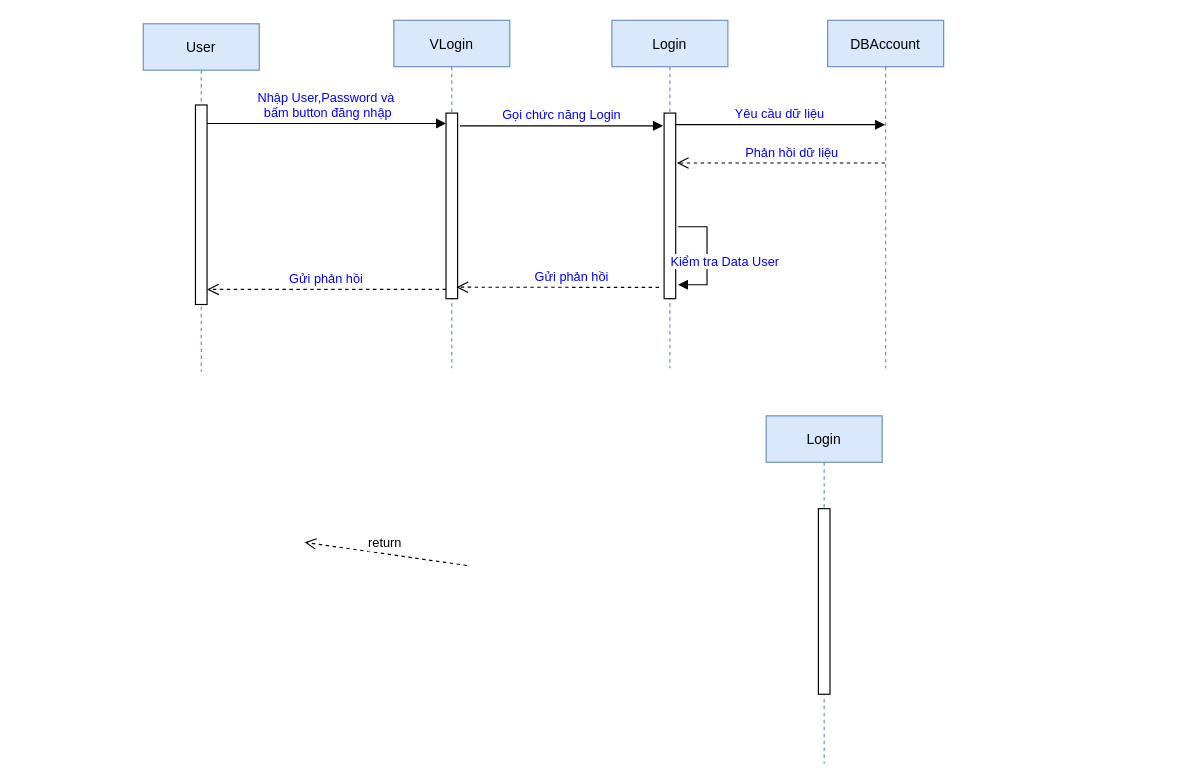
philong97/diagram keeps this draw.io diagram as page "Page-1" (1 of 2) of Untitled Diagram.drawio. Above is the earlier version. Source tidied: cells renumbered, new cells numbered last; positions are measured from the earlier drawing's top-left corner, leaving out a move shared by most shapes. Both pictures are drawn from the tidied source at 116%, with x=0, y=0 at pixel (143, 20).
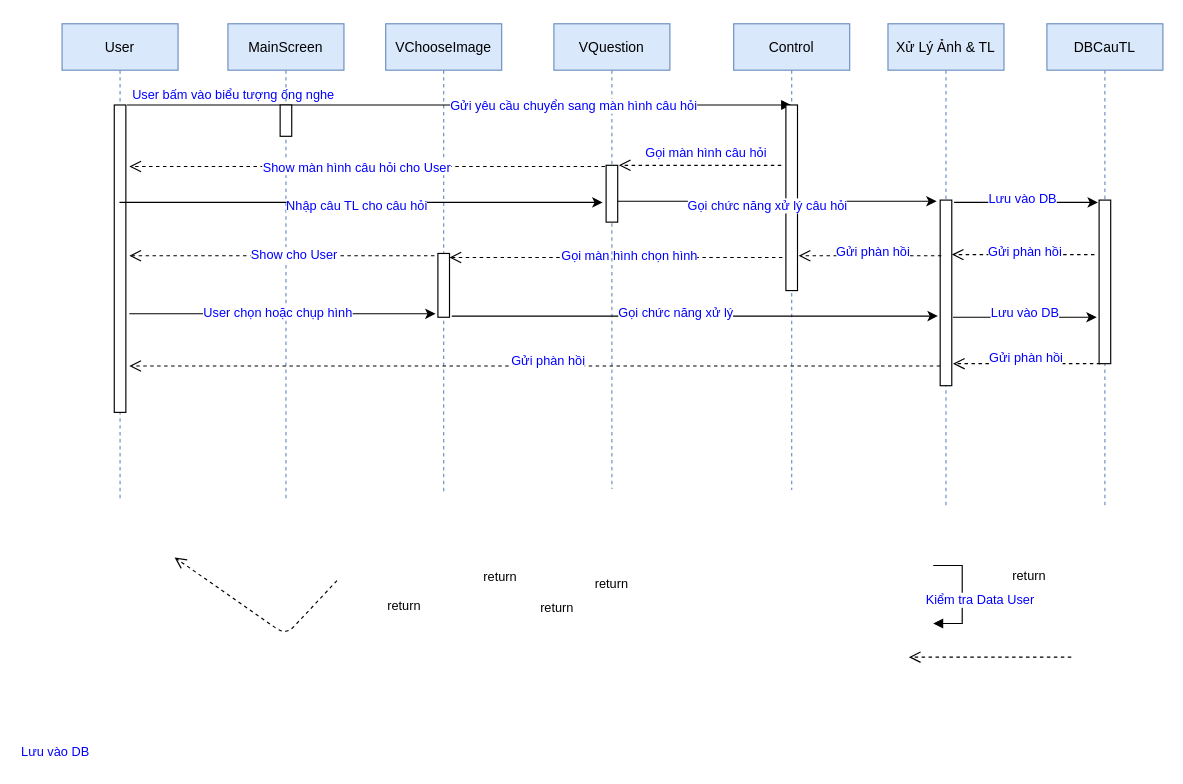
The same page after the edit.

Diff of the diagram source:
```diff
@@
     <mxCell id="2" value="User" style="shape=umlLifeline;perimeter=lifelinePerimeter;rounded=0;shadow=0;strokeWidth=1;fillColor=#dae8fc;strokeColor=#6c8ebf;" parent="1" vertex="1">
-      <mxGeometry y="3" width="100" height="300" as="geometry" />
+      <mxGeometry x="-70" y="3" width="100" height="409" as="geometry" />
     </mxCell>
     <mxCell id="3" style="points=[];perimeter=orthogonalPerimeter;rounded=0;shadow=0;strokeWidth=1;fontColor=#0000FF;" parent="2" vertex="1">
-      <mxGeometry x="45" y="70" width="10" height="172" as="geometry" />
+      <mxGeometry x="45" y="70" width="10" height="265" as="geometry" />
     </mxCell>
-    <mxCell id="4" value="VLogin" style="shape=umlLifeline;perimeter=lifelinePerimeter;rounded=0;shadow=0;strokeWidth=1;fillColor=#dae8fc;strokeColor=#6c8ebf;" parent="1" vertex="1">
-      <mxGeometry x="216" width="100" height="300" as="geometry" />
+    <mxCell id="4" value="VChooseImage" style="shape=umlLifeline;perimeter=lifelinePerimeter;rounded=0;shadow=0;strokeWidth=1;fillColor=#dae8fc;strokeColor=#6c8ebf;" parent="1" vertex="1">
+      <mxGeometry x="209" y="3" width="100" height="404" as="geometry" />
     </mxCell>
     <mxCell id="5" style="points=[];perimeter=orthogonalPerimeter;rounded=0;shadow=0;strokeWidth=1;fontColor=#0000FF;" parent="4" vertex="1">
-      <mxGeometry x="45" y="80" width="10" height="160" as="geometry" />
+      <mxGeometry x="45" y="198" width="10" height="55" as="geometry" />
     </mxCell>
-    <mxCell id="6" value="Gửi phản hồi" style="verticalAlign=bottom;endArrow=open;dashed=1;endSize=8;shadow=0;strokeWidth=1;fontColor=#0000FF;" parent="1" edge="1" target="3">
-      <mxGeometry relative="1" as="geometry">
-        <mxPoint x="261" y="232" as="sourcePoint" />
-        <Array as="points">
-          <mxPoint x="150" y="232" />
-        </Array>
-      </mxGeometry>
-    </mxCell>
-    <mxCell id="7" value="Nhập User,Password và&#10; bấm button đăng nhập" style="verticalAlign=bottom;endArrow=block;entryX=0;entryY=0.056;shadow=0;strokeWidth=1;fontColor=#0000FF;entryDx=0;entryDy=0;entryPerimeter=0;" parent="1" edge="1" source="3" target="5">
-      <mxGeometry relative="1" as="geometry">
-        <Array as="points">
-          <mxPoint x="165" y="89" />
-          <mxPoint x="248" y="89" />
-        </Array>
-      </mxGeometry>
-    </mxCell>
-    <mxCell id="8" value="return" style="verticalAlign=bottom;endArrow=open;dashed=1;endSize=8;shadow=0;strokeWidth=1;" parent="1" edge="1">
-      <mxGeometry relative="1" as="geometry">
-        <mxPoint x="279" y="470" as="sourcePoint" />
-        <mxPoint x="139" y="450" as="targetPoint" />
+    <mxCell id="8" style="verticalAlign=bottom;endArrow=open;dashed=1;endSize=8;shadow=0;strokeWidth=1;" parent="1" edge="1">
+      <mxGeometry x="-0.48" y="-69" relative="1" as="geometry">
+        <mxPoint x="551" y="204.5" as="sourcePoint" />
+        <mxPoint x="264" y="204.5" as="targetPoint" />
       </mxGeometry>
     </mxCell>
+    <mxCell id="19" value="Gọi màn hình chọn hình" style="edgeLabel;html=1;align=center;verticalAlign=middle;fontColor=#0000FF;" parent="8" vertex="1">
+      <mxGeometry x="-0.07" y="-2" relative="1" as="geometry" />
+    </mxCell>
-    <mxCell id="9" value="Login" style="shape=umlLifeline;perimeter=lifelinePerimeter;rounded=0;shadow=0;strokeWidth=1;fillColor=#dae8fc;strokeColor=#6c8ebf;" parent="1" vertex="1">
-      <mxGeometry x="404" width="100" height="300" as="geometry" />
+    <mxCell id="9" value="VQuestion" style="shape=umlLifeline;perimeter=lifelinePerimeter;rounded=0;shadow=0;strokeWidth=1;fillColor=#dae8fc;strokeColor=#6c8ebf;" parent="1" vertex="1">
+      <mxGeometry x="354" y="3" width="100" height="401" as="geometry" />
     </mxCell>
     <mxCell id="10" style="points=[];perimeter=orthogonalPerimeter;rounded=0;shadow=0;strokeWidth=1;fontColor=#0000FF;" parent="9" vertex="1">
-      <mxGeometry x="45" y="80" width="10" height="160" as="geometry" />
+      <mxGeometry x="45" y="122" width="10" height="49" as="geometry" />
     </mxCell>
-    <mxCell id="11" value="DBAccount" style="shape=umlLifeline;perimeter=lifelinePerimeter;rounded=0;shadow=0;strokeWidth=1;fillColor=#dae8fc;strokeColor=#6c8ebf;" parent="1" vertex="1">
-      <mxGeometry x="590" width="100" height="300" as="geometry" />
+    <mxCell id="11" value="DBCauTL" style="shape=umlLifeline;perimeter=lifelinePerimeter;rounded=0;shadow=0;strokeWidth=1;fillColor=#dae8fc;strokeColor=#6c8ebf;" parent="1" vertex="1">
+      <mxGeometry x="779" y="3" width="100" height="418" as="geometry" />
     </mxCell>
-    <mxCell id="12" value="Yêu cầu dữ liệu" style="verticalAlign=bottom;endArrow=block;shadow=0;strokeWidth=1;fontColor=#0000FF;" parent="1" edge="1" target="11">
-      <mxGeometry relative="1" as="geometry">
-        <mxPoint x="459" y="90" as="sourcePoint" />
-      </mxGeometry>
-    </mxCell>
+    <mxCell id="20" style="perimeter=orthogonalPerimeter;rounded=0;shadow=0;strokeWidth=1;fontColor=#0000FF;" parent="11" vertex="1">
+      <mxGeometry x="45" y="152" width="10" height="141" as="geometry" />
+    </mxCell>
     <mxCell id="13" value="Kiểm tra Data User" style="edgeStyle=orthogonalEdgeStyle;html=1;align=left;spacingLeft=2;endArrow=block;rounded=0;fontColor=#0000FF;" parent="1" edge="1">
       <mxGeometry x="1" y="-22" relative="1" as="geometry">
-        <mxPoint x="461" y="178" as="sourcePoint" />
-        <mxPoint x="461" y="228" as="targetPoint" />
+        <mxPoint x="681" y="470" as="sourcePoint" />
+        <mxPoint x="681" y="520" as="targetPoint" />
         <Array as="points">
-          <mxPoint x="486" y="178" />
-          <mxPoint x="486" y="228" />
+          <mxPoint x="706" y="470" />
+          <mxPoint x="706" y="520" />
         </Array>
         <mxPoint x="-10" y="2" as="offset" />
       </mxGeometry>
     </mxCell>
-    <mxCell id="14" value="Gửi phản hồi" style="verticalAlign=bottom;endArrow=open;dashed=1;endSize=8;exitX=-0.433;exitY=0.939;shadow=0;strokeWidth=1;fontColor=#0000FF;exitDx=0;exitDy=0;exitPerimeter=0;entryX=0.9;entryY=0.938;entryDx=0;entryDy=0;entryPerimeter=0;" parent="1" edge="1" source="10" target="5">
-      <mxGeometry x="-0.14" relative="1" as="geometry" />
-    </mxCell>
-    <mxCell id="15" value="Phản hồi dữ liệu" style="verticalAlign=bottom;endArrow=open;dashed=1;endSize=8;shadow=0;strokeWidth=1;fontColor=#0000FF;" parent="1" edge="1" source="11">
-      <mxGeometry x="-0.11" relative="1" as="geometry">
-        <mxPoint x="460" y="123" as="targetPoint" />
-      </mxGeometry>
-    </mxCell>
-    <mxCell id="16" value="Gọi chức năng Login" style="verticalAlign=bottom;endArrow=block;shadow=0;strokeWidth=1;fontColor=#0000FF;" parent="1" edge="1">
-      <mxGeometry relative="1" as="geometry">
-        <mxPoint x="273" y="91" as="sourcePoint" />
-        <mxPoint x="448" y="91" as="targetPoint" />
+    <mxCell id="16" value="User bấm vào biểu tượng ống nghe" style="verticalAlign=bottom;endArrow=block;shadow=0;strokeWidth=1;fontColor=#0000FF;" parent="1" edge="1" target="17">
+      <mxGeometry x="-0.68" relative="1" as="geometry">
+        <mxPoint x="-14" y="73" as="sourcePoint" />
         <Array as="points">
-          <mxPoint x="332" y="91" />
+          <mxPoint x="45" y="73" />
         </Array>
       </mxGeometry>
     </mxCell>
+    <mxCell id="21" value="Gửi yêu cầu chuyển sang màn hình câu hỏi" style="edgeLabel;html=1;align=center;verticalAlign=middle;fontColor=#0000FF;" parent="16" vertex="1">
+      <mxGeometry x="0.34" relative="1" as="geometry" />
+    </mxCell>
-    <mxCell id="17" value="Login" style="shape=umlLifeline;perimeter=lifelinePerimeter;rounded=0;shadow=0;strokeWidth=1;fillColor=#dae8fc;strokeColor=#6c8ebf;" parent="1" vertex="1">
-      <mxGeometry x="537" y="341" width="100" height="300" as="geometry" />
+    <mxCell id="17" value="Control" style="shape=umlLifeline;perimeter=lifelinePerimeter;rounded=0;shadow=0;strokeWidth=1;fillColor=#dae8fc;strokeColor=#6c8ebf;" parent="1" vertex="1">
+      <mxGeometry x="509" y="3" width="100" height="402" as="geometry" />
     </mxCell>
     <mxCell id="18" style="perimeter=orthogonalPerimeter;rounded=0;shadow=0;strokeWidth=1;fontColor=#0000FF;" parent="17" vertex="1">
-      <mxGeometry x="45" y="80" width="10" height="160" as="geometry" />
+      <mxGeometry x="45" y="70" width="10" height="160" as="geometry" />
     </mxCell>
+    <mxCell id="22" value="MainScreen" style="shape=umlLifeline;perimeter=lifelinePerimeter;rounded=0;shadow=0;strokeWidth=1;fillColor=#dae8fc;strokeColor=#6c8ebf;" parent="1" vertex="1">
+      <mxGeometry x="73" y="3" width="100" height="409" as="geometry" />
+    </mxCell>
+    <mxCell id="23" style="perimeter=orthogonalPerimeter;rounded=0;shadow=0;strokeWidth=1;fontColor=#0000FF;" parent="22" vertex="1">
+      <mxGeometry x="45" y="70" width="10" height="27" as="geometry" />
+    </mxCell>
+    <mxCell id="24" value="Xử Lý Ảnh &amp; TL" style="shape=umlLifeline;perimeter=lifelinePerimeter;rounded=0;shadow=0;strokeWidth=1;fillColor=#dae8fc;strokeColor=#6c8ebf;" parent="1" vertex="1">
+      <mxGeometry x="642" y="3" width="100" height="416" as="geometry" />
+    </mxCell>
+    <mxCell id="25" style="perimeter=orthogonalPerimeter;rounded=0;shadow=0;strokeWidth=1;fontColor=#0000FF;" parent="24" vertex="1">
+      <mxGeometry x="45" y="152" width="10" height="160" as="geometry" />
+    </mxCell>
+    <mxCell id="26" value="return" style="verticalAlign=bottom;endArrow=open;dashed=1;endSize=8;shadow=0;strokeWidth=1;" parent="1" edge="1">
+      <mxGeometry x="-1" y="66" relative="1" as="geometry">
+        <mxPoint x="167" y="483" as="sourcePoint" />
+        <mxPoint x="27" y="463" as="targetPoint" />
+        <Array as="points">
+          <mxPoint x="123" y="530" />
+        </Array>
+        <mxPoint x="10" y="-14" as="offset" />
+      </mxGeometry>
+    </mxCell>
+    <mxCell id="27" value="return" style="verticalAlign=bottom;endArrow=open;dashed=1;endSize=8;shadow=0;strokeWidth=1;" parent="1" edge="1">
+      <mxGeometry x="1" y="370" relative="1" as="geometry">
+        <mxPoint x="550" y="125" as="sourcePoint" />
+        <mxPoint x="410" y="125" as="targetPoint" />
+        <mxPoint x="-6" as="offset" />
+      </mxGeometry>
+    </mxCell>
+    <mxCell id="28" value="Gọi màn hình câu hỏi" style="edgeLabel;html=1;align=center;verticalAlign=middle;fontColor=#0000FF;" parent="27" vertex="1">
+      <mxGeometry x="0.15" y="3" relative="1" as="geometry">
+        <mxPoint x="15" y="-15" as="offset" />
+      </mxGeometry>
+    </mxCell>
+    <mxCell id="29" value="return" style="verticalAlign=bottom;endArrow=open;dashed=1;endSize=8;shadow=0;strokeWidth=1;" parent="1" edge="1">
+      <mxGeometry x="-0.8" y="390" relative="1" as="geometry">
+        <mxPoint x="398" y="126" as="sourcePoint" />
+        <mxPoint x="-12" y="126" as="targetPoint" />
+      </mxGeometry>
+    </mxCell>
+    <mxCell id="30" value="Show màn hình câu hỏi cho User" style="edgeLabel;html=1;align=center;verticalAlign=middle;fontColor=#0000FF;" parent="29" vertex="1">
+      <mxGeometry x="0.05" relative="1" as="geometry" />
+    </mxCell>
+    <mxCell id="31" style="endArrow=classic;html=1;fontColor=#0000FF;" parent="1" edge="1" source="2">
+      <mxGeometry relative="1" as="geometry">
+        <mxPoint x="396" y="157" as="targetPoint" />
+        <Array as="points">
+          <mxPoint x="252" y="157" />
+        </Array>
+      </mxGeometry>
+    </mxCell>
+    <mxCell id="32" value="Nhập câu TL cho câu hỏi" style="edgeLabel;html=1;align=center;verticalAlign=middle;fontColor=#0000FF;" parent="31" vertex="1">
+      <mxGeometry x="-0.02" y="-2" relative="1" as="geometry" />
+    </mxCell>
+    <mxCell id="33" style="endArrow=classic;html=1;fontColor=#0000FF;" parent="1" edge="1">
+      <mxGeometry relative="1" as="geometry">
+        <mxPoint x="409" y="156" as="sourcePoint" />
+        <mxPoint x="684" y="156" as="targetPoint" />
+        <Array as="points">
+          <mxPoint x="477" y="156" />
+        </Array>
+      </mxGeometry>
+    </mxCell>
+    <mxCell id="34" value="Gọi chức năng xử lý câu hỏi" style="edgeLabel;html=1;align=center;verticalAlign=middle;fontColor=#0000FF;" parent="33" vertex="1">
+      <mxGeometry x="-0.07" y="-3" relative="1" as="geometry" />
+    </mxCell>
+    <mxCell id="35" style="endArrow=classic;html=1;fontColor=#0000FF;" parent="1" edge="1">
+      <mxGeometry relative="1" as="geometry">
+        <mxPoint x="699" y="157" as="sourcePoint" />
+        <mxPoint x="823" y="157" as="targetPoint" />
+        <Array as="points">
+          <mxPoint x="741" y="157" />
+        </Array>
+      </mxGeometry>
+    </mxCell>
+    <mxCell id="36" value="Lưu vào DB" style="edgeLabel;html=1;align=center;verticalAlign=middle;fontColor=#0000FF;" parent="35" vertex="1">
+      <mxGeometry x="-0.08" y="-2" relative="1" as="geometry">
+        <mxPoint x="1" y="-6" as="offset" />
+      </mxGeometry>
+    </mxCell>
+    <mxCell id="37" style="verticalAlign=bottom;endArrow=open;dashed=1;endSize=8;shadow=0;strokeWidth=1;" parent="1" edge="1">
+      <mxGeometry x="-0.48" y="-61" relative="1" as="geometry">
+        <mxPoint x="820" y="202" as="sourcePoint" />
+        <mxPoint x="697" y="202" as="targetPoint" />
+      </mxGeometry>
+    </mxCell>
+    <mxCell id="38" value="Gửi phàn hồi" style="edgeLabel;html=1;align=center;verticalAlign=middle;fontColor=#0000FF;" parent="37" vertex="1">
+      <mxGeometry x="-0.14" y="-1" relative="1" as="geometry">
+        <mxPoint x="-8" y="-2" as="offset" />
+      </mxGeometry>
+    </mxCell>
+    <mxCell id="39" style="verticalAlign=bottom;endArrow=open;dashed=1;endSize=8;shadow=0;strokeWidth=1;" parent="1" edge="1">
+      <mxGeometry x="-0.48" y="-61" relative="1" as="geometry">
+        <mxPoint x="688" y="203" as="sourcePoint" />
+        <mxPoint x="565" y="203" as="targetPoint" />
+        <Array as="points">
+          <mxPoint x="611" y="203" />
+        </Array>
+      </mxGeometry>
+    </mxCell>
+    <mxCell id="40" value="Gửi phàn hồi" style="edgeLabel;html=1;align=center;verticalAlign=middle;fontColor=#0000FF;" parent="39" vertex="1">
+      <mxGeometry x="-0.14" y="-1" relative="1" as="geometry">
+        <mxPoint x="-7" y="-2.5" as="offset" />
+      </mxGeometry>
+    </mxCell>
+    <mxCell id="41" value="return" style="verticalAlign=bottom;endArrow=open;dashed=1;endSize=8;shadow=0;strokeWidth=1;" parent="1" edge="1">
+      <mxGeometry x="-1" y="292" relative="1" as="geometry">
+        <mxPoint x="251" y="203" as="sourcePoint" />
+        <mxPoint x="-12" y="203" as="targetPoint" />
+        <mxPoint x="57" y="-6" as="offset" />
+      </mxGeometry>
+    </mxCell>
+    <mxCell id="42" value="Show cho User" style="edgeLabel;html=1;align=center;verticalAlign=middle;fontColor=#0000FF;" parent="41" vertex="1">
+      <mxGeometry x="-0.13" y="3" relative="1" as="geometry">
+        <mxPoint x="-8" y="-5" as="offset" />
+      </mxGeometry>
+    </mxCell>
+    <mxCell id="43" value="return" style="verticalAlign=bottom;endArrow=open;dashed=1;endSize=8;shadow=0;strokeWidth=1;" parent="1" edge="1">
+      <mxGeometry x="-0.48" y="-61" relative="1" as="geometry">
+        <mxPoint x="800" y="549" as="sourcePoint" />
+        <mxPoint x="660" y="549" as="targetPoint" />
+      </mxGeometry>
+    </mxCell>
+    <mxCell id="44" style="endArrow=classic;html=1;fontColor=#0000FF;" parent="1" edge="1">
+      <mxGeometry relative="1" as="geometry">
+        <mxPoint x="-12" y="253" as="sourcePoint" />
+        <mxPoint x="252" y="253" as="targetPoint" />
+        <Array as="points">
+          <mxPoint x="19" y="253" />
+          <mxPoint x="77" y="253" />
+          <mxPoint x="179" y="253" />
+        </Array>
+      </mxGeometry>
+    </mxCell>
+    <mxCell id="45" value="Lưu vào DB" style="edgeLabel;html=1;align=center;verticalAlign=middle;fontColor=#0000FF;" parent="44" vertex="1">
+      <mxGeometry x="-0.08" y="-2" relative="1" as="geometry">
+        <mxPoint x="-186" y="375" as="offset" />
+      </mxGeometry>
+    </mxCell>
+    <mxCell id="46" value="User chọn hoặc chụp hình" style="edgeLabel;html=1;align=center;verticalAlign=middle;fontColor=#0000FF;" parent="44" vertex="1">
+      <mxGeometry x="-0.04" y="2" relative="1" as="geometry" />
+    </mxCell>
+    <mxCell id="47" style="endArrow=classic;html=1;fontColor=#0000FF;" parent="1" edge="1">
+      <mxGeometry relative="1" as="geometry">
+        <mxPoint x="266" y="255" as="sourcePoint" />
+        <mxPoint x="685" y="255" as="targetPoint" />
+      </mxGeometry>
+    </mxCell>
+    <mxCell id="48" value="Gọi chức năng xử lý" style="edgeLabel;html=1;align=center;verticalAlign=middle;fontColor=#0000FF;" parent="47" vertex="1">
+      <mxGeometry x="-0.12" y="-2" relative="1" as="geometry">
+        <mxPoint x="8" y="-6" as="offset" />
+      </mxGeometry>
+    </mxCell>
+    <mxCell id="49" style="endArrow=classic;html=1;fontColor=#0000FF;" parent="1" edge="1">
+      <mxGeometry relative="1" as="geometry">
+        <mxPoint x="698" y="256" as="sourcePoint" />
+        <mxPoint x="822" y="256" as="targetPoint" />
+        <Array as="points">
+          <mxPoint x="740" y="256" />
+        </Array>
+      </mxGeometry>
+    </mxCell>
+    <mxCell id="50" value="Lưu vào DB" style="edgeLabel;html=1;align=center;verticalAlign=middle;fontColor=#0000FF;" parent="49" vertex="1">
+      <mxGeometry x="-0.08" y="-2" relative="1" as="geometry">
+        <mxPoint x="4" y="-7" as="offset" />
+      </mxGeometry>
+    </mxCell>
+    <mxCell id="51" style="verticalAlign=bottom;endArrow=open;dashed=1;endSize=8;shadow=0;strokeWidth=1;" parent="1" edge="1">
+      <mxGeometry x="-1" y="94" relative="1" as="geometry">
+        <mxPoint x="825" y="296" as="sourcePoint" />
+        <mxPoint x="698" y="296" as="targetPoint" />
+        <mxPoint x="93" y="-81" as="offset" />
+      </mxGeometry>
+    </mxCell>
+    <mxCell id="52" value="Gửi phàn hồi" style="edgeLabel;html=1;align=center;verticalAlign=middle;fontColor=#0000FF;" parent="1" vertex="1">
+      <mxGeometry x="769" y="209" as="geometry">
+        <mxPoint x="-9" y="81" as="offset" />
+      </mxGeometry>
+    </mxCell>
+    <mxCell id="53" style="verticalAlign=bottom;endArrow=open;dashed=1;endSize=8;shadow=0;strokeWidth=1;" parent="1" edge="1">
+      <mxGeometry x="-0.48" y="-61" relative="1" as="geometry">
+        <mxPoint x="687" y="298" as="sourcePoint" />
+        <mxPoint x="-12" y="298" as="targetPoint" />
+      </mxGeometry>
+    </mxCell>
+    <mxCell id="54" value="Gửi phàn hồi" style="edgeLabel;html=1;align=center;verticalAlign=middle;fontColor=#0000FF;" parent="53" vertex="1">
+      <mxGeometry x="-0.03" y="2" relative="1" as="geometry">
+        <mxPoint y="-7" as="offset" />
+      </mxGeometry>
+    </mxCell>
```
